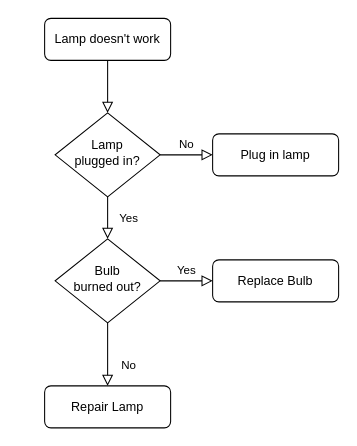
Before: 守夜人对账及数据提取系统设计.drawio in GGGGeorge-gao/image, a draw.io diagram. Source tidied: cells renumbered, new cells numbered last; positions are measured from the earlier drawing's top-left corner, leaving out a move shared by most shapes. Both pictures are drawn from the tidied source at 105%, with x=0, y=0 at pixel (44, 18).
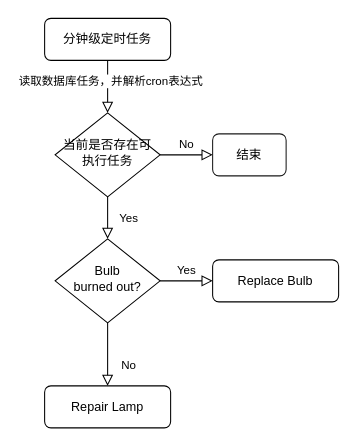
The same diagram, later.

Commit message:
Update 守夜人对账及数据提取系统设计.drawio

What changed in the source:
```diff
@@
 <mxGraphModel>
   <root>
     <mxCell id="0" />
     <mxCell id="1" parent="0" />
     <mxCell id="2" style="rounded=0;html=1;jettySize=auto;fontSize=11;endArrow=block;endFill=0;endSize=8;strokeWidth=1;shadow=0;labelBackgroundColor=none;edgeStyle=orthogonalEdgeStyle;" parent="1" edge="1" source="3" target="6">
       <mxGeometry relative="1" as="geometry" />
     </mxCell>
+    <mxCell id="13" value="&lt;font style=&quot;font-size: 11px&quot;&gt;读取数据库任务，并解析cron表达式&lt;/font&gt;" style="edgeLabel;html=1;align=center;verticalAlign=middle;" parent="2" vertex="1">
+      <mxGeometry x="-0.26" y="2" relative="1" as="geometry" />
+    </mxCell>
-    <mxCell id="3" value="Lamp doesn't work" style="rounded=1;whiteSpace=wrap;html=1;fontSize=12;glass=0;strokeWidth=1;shadow=0;" parent="1" vertex="1">
+    <mxCell id="3" value="分钟级定时任务" style="rounded=1;whiteSpace=wrap;html=1;fontSize=12;glass=0;strokeWidth=1;shadow=0;" parent="1" vertex="1">
       <mxGeometry width="120" height="40" as="geometry" />
     </mxCell>
     <mxCell id="4" value="Yes" style="rounded=0;html=1;jettySize=auto;fontSize=11;endArrow=block;endFill=0;endSize=8;strokeWidth=1;shadow=0;labelBackgroundColor=none;edgeStyle=orthogonalEdgeStyle;" parent="1" edge="1" source="6" target="10">
       <mxGeometry y="20" relative="1" as="geometry" />
     </mxCell>
     <mxCell id="5" value="No" style="edgeStyle=orthogonalEdgeStyle;rounded=0;html=1;jettySize=auto;fontSize=11;endArrow=block;endFill=0;endSize=8;strokeWidth=1;shadow=0;labelBackgroundColor=none;" parent="1" edge="1" source="6" target="7">
       <mxGeometry y="10" relative="1" as="geometry" />
     </mxCell>
-    <mxCell id="6" value="Lamp&lt;br&gt;plugged in?" style="rhombus;whiteSpace=wrap;html=1;shadow=0;fontFamily=Helvetica;fontSize=12;align=center;strokeWidth=1;spacing=6;spacingTop=-4;" parent="1" vertex="1">
+    <mxCell id="6" value="当前是否存在可执行任务" style="rhombus;whiteSpace=wrap;html=1;shadow=0;fontFamily=Helvetica;fontSize=12;align=center;strokeWidth=1;spacing=6;spacingTop=-4;" parent="1" vertex="1">
       <mxGeometry x="10" y="90" width="100" height="80" as="geometry" />
     </mxCell>
-    <mxCell id="7" value="Plug in lamp" style="rounded=1;whiteSpace=wrap;html=1;fontSize=12;glass=0;strokeWidth=1;shadow=0;" parent="1" vertex="1">
-      <mxGeometry x="160" y="110" width="120" height="40" as="geometry" />
+    <mxCell id="7" value="结束" style="rounded=1;whiteSpace=wrap;html=1;fontSize=12;glass=0;strokeWidth=1;shadow=0;opacity=90;" parent="1" vertex="1">
+      <mxGeometry x="160" y="110" width="70" height="40" as="geometry" />
     </mxCell>
     <mxCell id="8" value="No" style="rounded=0;html=1;jettySize=auto;fontSize=11;endArrow=block;endFill=0;endSize=8;strokeWidth=1;shadow=0;labelBackgroundColor=none;edgeStyle=orthogonalEdgeStyle;" parent="1" edge="1" source="10" target="11">
       <mxGeometry x="0.33" y="20" relative="1" as="geometry" />
     </mxCell>
     <mxCell id="9" value="Yes" style="edgeStyle=orthogonalEdgeStyle;rounded=0;html=1;jettySize=auto;fontSize=11;endArrow=block;endFill=0;endSize=8;strokeWidth=1;shadow=0;labelBackgroundColor=none;" parent="1" edge="1" source="10" target="12">
       <mxGeometry y="10" relative="1" as="geometry" />
     </mxCell>
     <mxCell id="10" value="Bulb&lt;br&gt;burned out?" style="rhombus;whiteSpace=wrap;html=1;shadow=0;fontFamily=Helvetica;fontSize=12;align=center;strokeWidth=1;spacing=6;spacingTop=-4;" parent="1" vertex="1">
       <mxGeometry x="10" y="210" width="100" height="80" as="geometry" />
     </mxCell>
     <mxCell id="11" value="Repair Lamp" style="rounded=1;whiteSpace=wrap;html=1;fontSize=12;glass=0;strokeWidth=1;shadow=0;" parent="1" vertex="1">
       <mxGeometry y="350" width="120" height="40" as="geometry" />
     </mxCell>
     <mxCell id="12" value="Replace Bulb" style="rounded=1;whiteSpace=wrap;html=1;fontSize=12;glass=0;strokeWidth=1;shadow=0;" parent="1" vertex="1">
       <mxGeometry x="160" y="230" width="120" height="40" as="geometry" />
     </mxCell>
   </root>
 </mxGraphModel>
```
